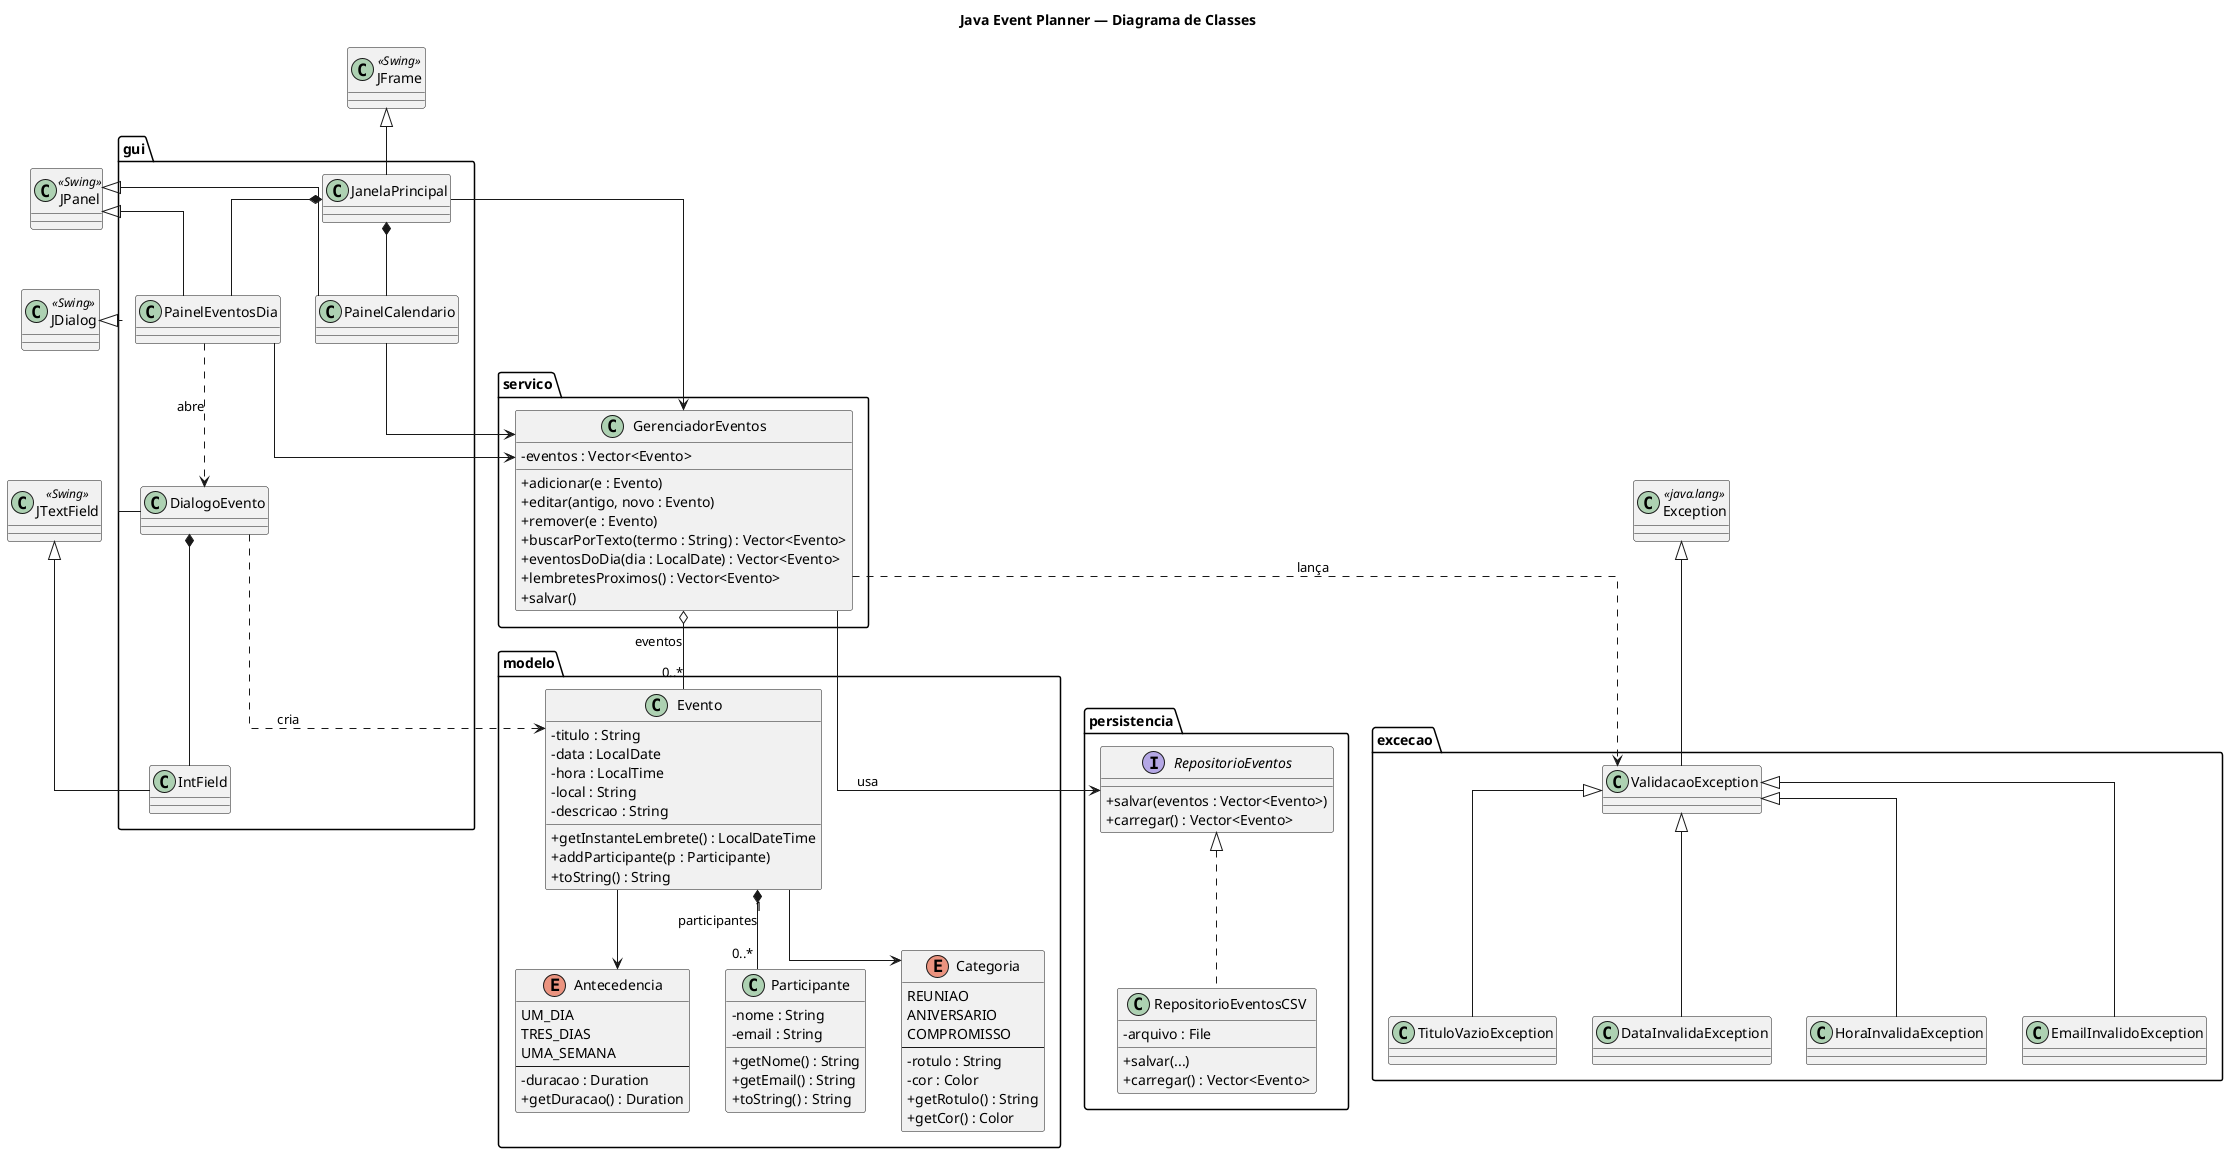
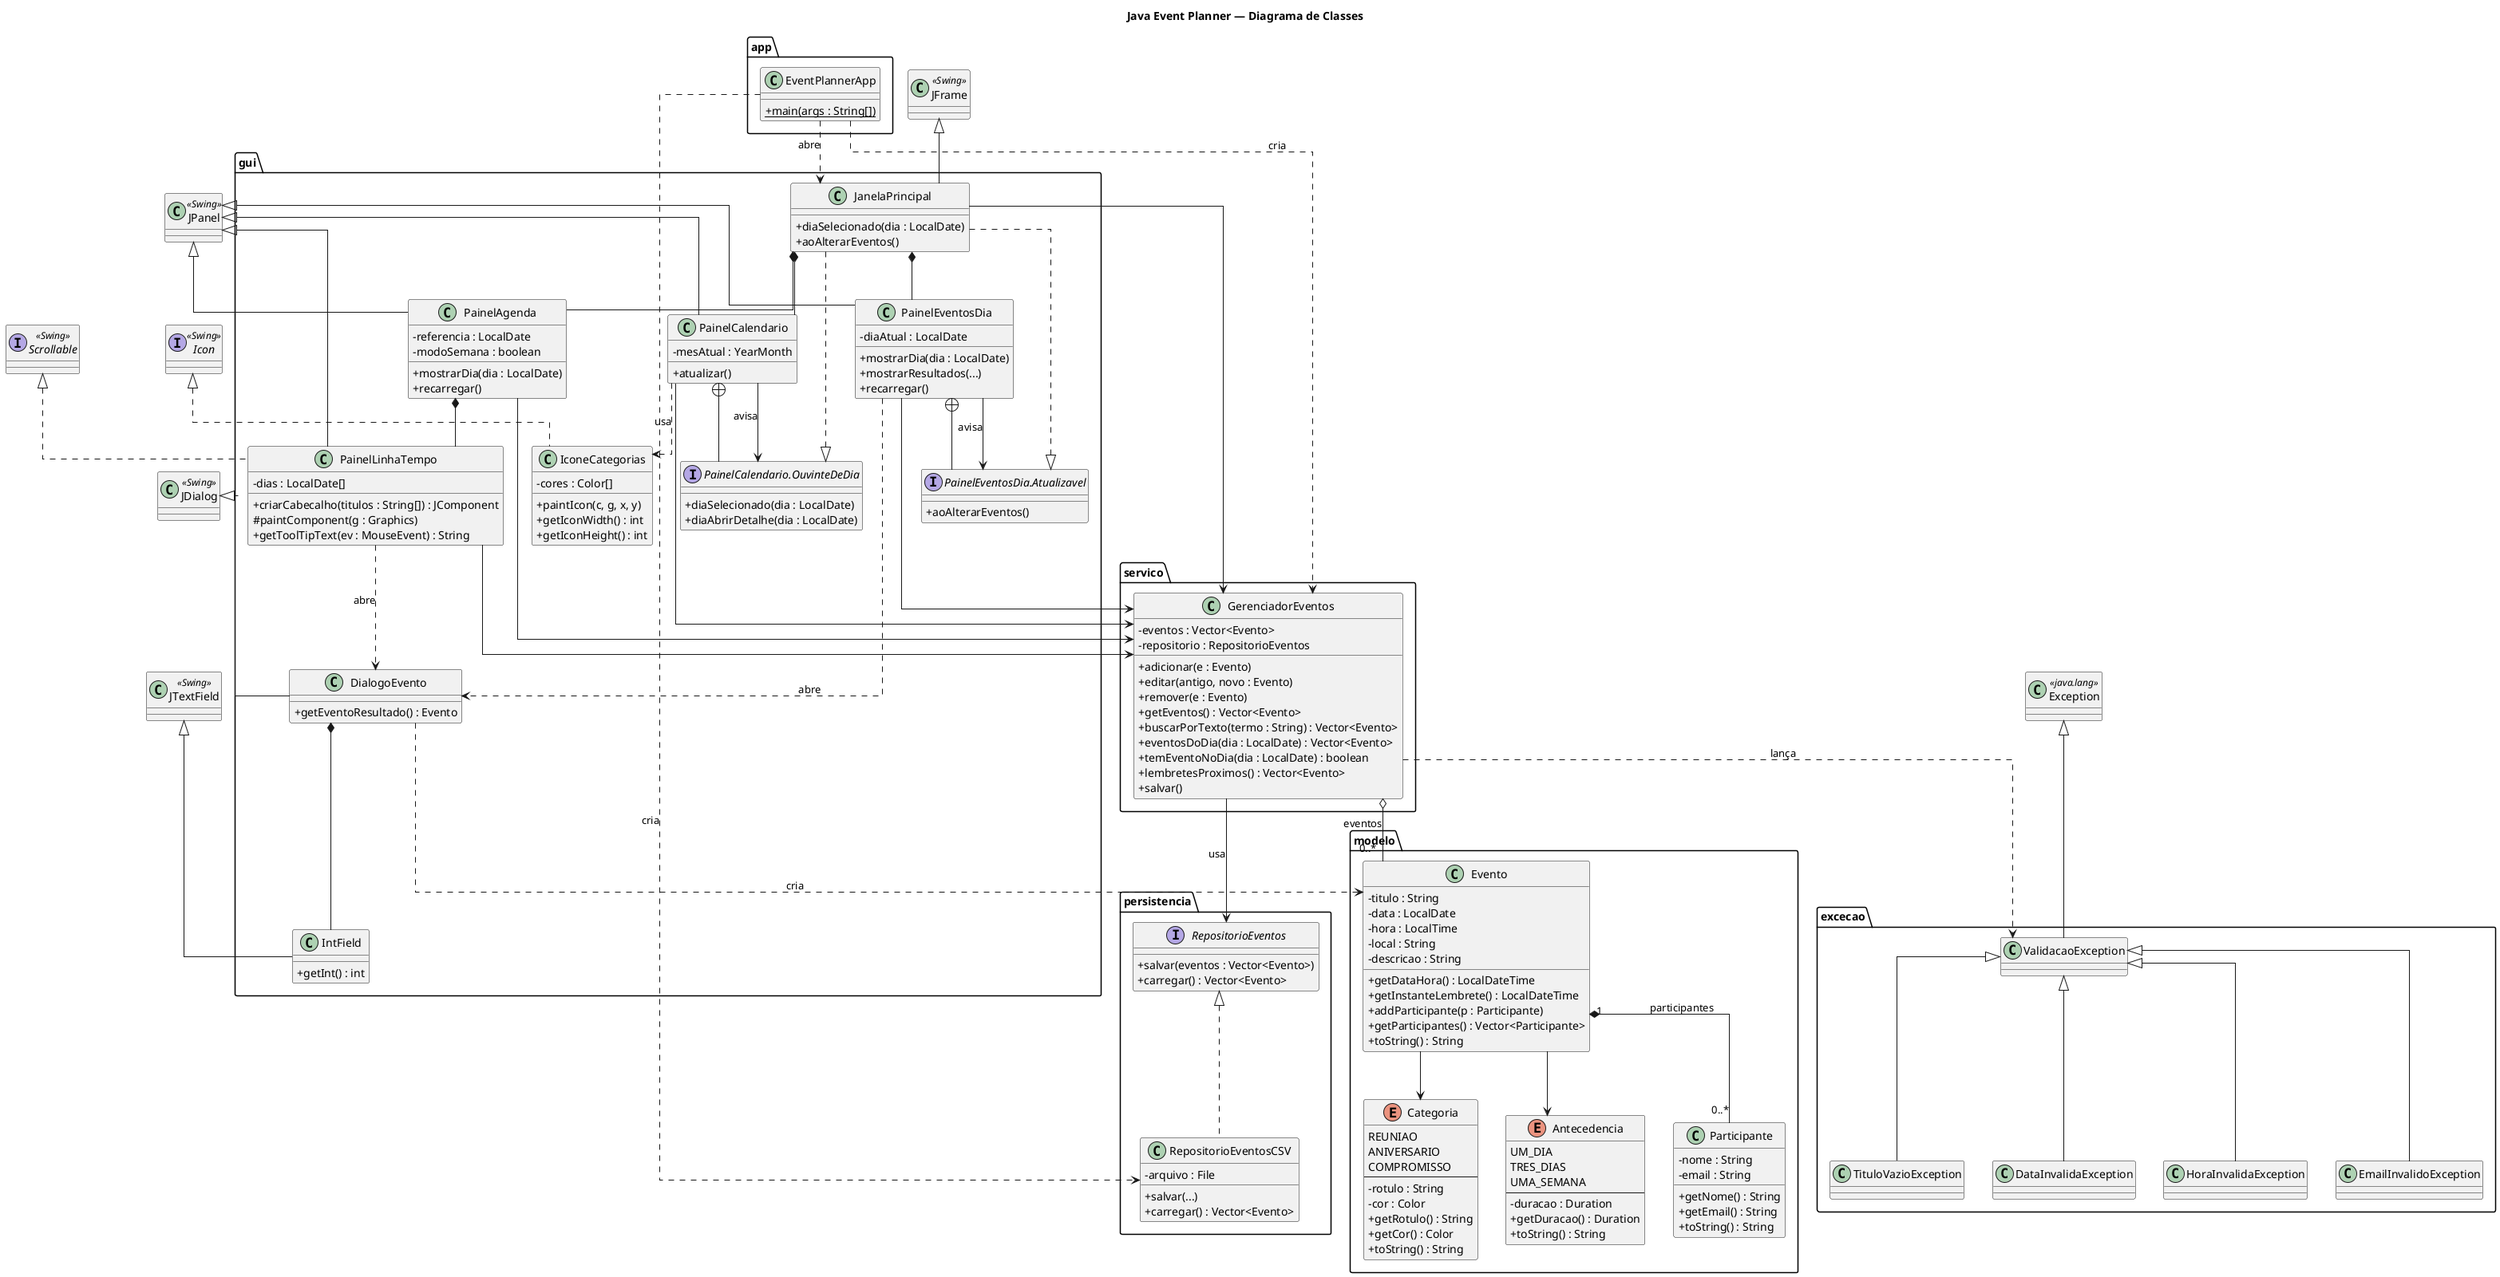
@startuml Java_Event_Planner
' =====================================================================
' Diagrama de Classes - Java Event Planner (SCC0504 - Versao Compacta)
- ' Renderize em https://www.plantsuml.com ou na extensao PlantUML do VSCode.
+ ' Renderize em https://www.plantuml.com ou na extensao PlantUML do VSCode.
' Para exportar PNG:  java -jar plantuml.jar diagrama_classes.puml
' =====================================================================
skinparam classAttributeIconSize 0
skinparam shadowing false
skinparam linetype ortho
title Java Event Planner — Diagrama de Classes
+ 
+ ' --------------------- APP (ponto de entrada) ---------------------
+ package "app" {
+   class EventPlannerApp {
+     +{static} main(args : String[])
+   }
+ }

' --------------------- MODELO (estado / dados) ---------------------
package "modelo" {
  enum Categoria {
    REUNIAO
    ANIVERSARIO
    COMPROMISSO
    --
    -rotulo : String
    -cor : Color
    +getRotulo() : String
    +getCor() : Color
+     +toString() : String
  }
  enum Antecedencia {
    UM_DIA
    TRES_DIAS
    UMA_SEMANA
    --
    -duracao : Duration
    +getDuracao() : Duration
+     +toString() : String
  }
  class Participante {
    -nome : String
    -email : String
    +getNome() : String
    +getEmail() : String
    +toString() : String
  }
  class Evento {
    -titulo : String
    -data : LocalDate
    -hora : LocalTime
    -local : String
    -descricao : String
+     +getDataHora() : LocalDateTime
    +getInstanteLembrete() : LocalDateTime
    +addParticipante(p : Participante)
+     +getParticipantes() : Vector<Participante>
    +toString() : String
  }
}

' --------------------- EXCECAO (validacao) ---------------------
package "excecao" {
  class ValidacaoException
  class TituloVazioException
  class DataInvalidaException
  class HoraInvalidaException
  class EmailInvalidoException
}

' --------------------- PERSISTENCIA ---------------------
package "persistencia" {
  interface RepositorioEventos {
    +salvar(eventos : Vector<Evento>)
    +carregar() : Vector<Evento>
  }
  class RepositorioEventosCSV {
    -arquivo : File
    +salvar(...)
    +carregar() : Vector<Evento>
  }
}

' --------------------- SERVICO (controle / MVC) ---------------------
package "servico" {
  class GerenciadorEventos {
    -eventos : Vector<Evento>
+     -repositorio : RepositorioEventos
    +adicionar(e : Evento)
    +editar(antigo, novo : Evento)
    +remover(e : Evento)
+     +getEventos() : Vector<Evento>
    +buscarPorTexto(termo : String) : Vector<Evento>
    +eventosDoDia(dia : LocalDate) : Vector<Evento>
+     +temEventoNoDia(dia : LocalDate) : boolean
    +lembretesProximos() : Vector<Evento>
    +salvar()
  }
}

' --------------------- GUI (Swing / view) ---------------------
package "gui" {
-   class JanelaPrincipal
-   class PainelCalendario
-   class PainelEventosDia
-   class DialogoEvento
-   class IntField
- }
- 
- ' Classes externas do Java (apenas para mostrar a heranca de Swing)
+   class JanelaPrincipal {
+     +diaSelecionado(dia : LocalDate)
+     +aoAlterarEventos()
+   }
+   class PainelCalendario {
+     -mesAtual : YearMonth
+     +atualizar()
+   }
+   interface "PainelCalendario.OuvinteDeDia" as OuvinteDeDia {
+     +diaSelecionado(dia : LocalDate)
+     +diaAbrirDetalhe(dia : LocalDate)
+   }
+   class PainelEventosDia {
+     -diaAtual : LocalDate
+     +mostrarDia(dia : LocalDate)
+     +mostrarResultados(...)
+     +recarregar()
+   }
+   interface "PainelEventosDia.Atualizavel" as Atualizavel {
+     +aoAlterarEventos()
+   }
+   class PainelAgenda {
+     -referencia : LocalDate
+     -modoSemana : boolean
+     +mostrarDia(dia : LocalDate)
+     +recarregar()
+   }
+   class PainelLinhaTempo {
+     -dias : LocalDate[]
+     +criarCabecalho(titulos : String[]) : JComponent
+     #paintComponent(g : Graphics)
+     +getToolTipText(ev : MouseEvent) : String
+   }
+   class IconeCategorias {
+     -cores : Color[]
+     +paintIcon(c, g, x, y)
+     +getIconWidth() : int
+     +getIconHeight() : int
+   }
+   class DialogoEvento {
+     +getEventoResultado() : Evento
+   }
+   class IntField {
+     +getInt() : int
+   }
+ }
+ 
+ ' Classes/interfaces externas do Java (apenas para mostrar a heranca)
class JFrame <<Swing>>
class JPanel <<Swing>>
class JDialog <<Swing>>
class JTextField <<Swing>>
+ interface Scrollable <<Swing>>
+ interface Icon <<Swing>>
class Exception <<java.lang>>

' ===================== RELACIONAMENTOS =====================

' Composicao e associacao no modelo
Evento "1" *-- "0..*" Participante : participantes
Evento --> Categoria
Evento --> Antecedencia

' Heranca das excecoes
Exception <|-- ValidacaoException
ValidacaoException <|-- TituloVazioException
ValidacaoException <|-- DataInvalidaException
ValidacaoException <|-- HoraInvalidaException
ValidacaoException <|-- EmailInvalidoException

' Interface de persistencia (realizacao)
RepositorioEventos <|.. RepositorioEventosCSV

' Servico
GerenciadorEventos --> RepositorioEventos : usa
GerenciadorEventos o-- "0..*" Evento : eventos
GerenciadorEventos ..> ValidacaoException : lança

- ' Heranca de componentes Swing
+ ' Ponto de entrada (main "monta" a aplicacao)
+ EventPlannerApp ..> RepositorioEventosCSV : cria
+ EventPlannerApp ..> GerenciadorEventos : cria
+ EventPlannerApp ..> JanelaPrincipal : abre
+ 
+ ' Heranca de componentes Swing e realizacao de interfaces Swing
JFrame <|-- JanelaPrincipal
JPanel <|-- PainelCalendario
JPanel <|-- PainelEventosDia
+ JPanel <|-- PainelAgenda
+ JPanel <|-- PainelLinhaTempo
JDialog <|-- DialogoEvento
JTextField <|-- IntField
- 
- ' Composicao/uso na GUI
+ Scrollable <|.. PainelLinhaTempo
+ Icon <|.. IconeCategorias
+ 
+ ' Interfaces-papel internas da GUI (polimorfismo do MVC)
+ PainelCalendario +-- OuvinteDeDia
+ PainelEventosDia +-- Atualizavel
+ OuvinteDeDia <|.. JanelaPrincipal
+ Atualizavel <|.. JanelaPrincipal
+ PainelCalendario --> OuvinteDeDia : avisa
+ PainelEventosDia --> Atualizavel : avisa
+ 
+ ' Composicao/uso na GUI (3 colunas: calendario | dia | linha do tempo)
JanelaPrincipal *-- PainelCalendario
JanelaPrincipal *-- PainelEventosDia
+ JanelaPrincipal *-- PainelAgenda
JanelaPrincipal --> GerenciadorEventos
PainelCalendario --> GerenciadorEventos
+ PainelCalendario ..> IconeCategorias : usa
PainelEventosDia --> GerenciadorEventos
PainelEventosDia ..> DialogoEvento : abre
+ PainelAgenda --> GerenciadorEventos
+ PainelAgenda *-- PainelLinhaTempo
+ PainelLinhaTempo --> GerenciadorEventos
+ PainelLinhaTempo ..> DialogoEvento : abre
DialogoEvento ..> Evento : cria
DialogoEvento *-- IntField

@enduml
